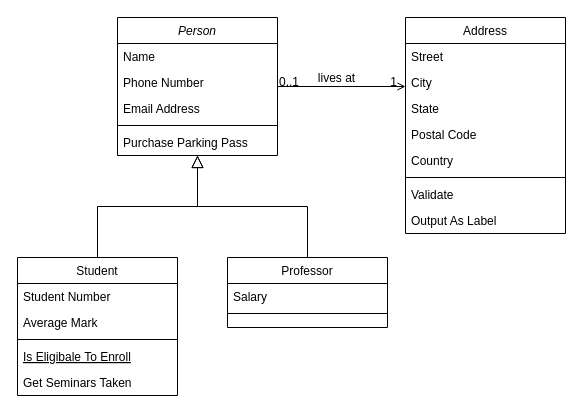
The draw.io diagram Untitled Diagram.drawio in adambdj/uml, before the edit. Source tidied: cells renumbered, new cells numbered last; positions are measured from the earlier drawing's top-left corner, leaving out a move shared by most shapes. Both pictures are drawn from the tidied source at 100%, with x=0, y=0 at pixel (17, 17).
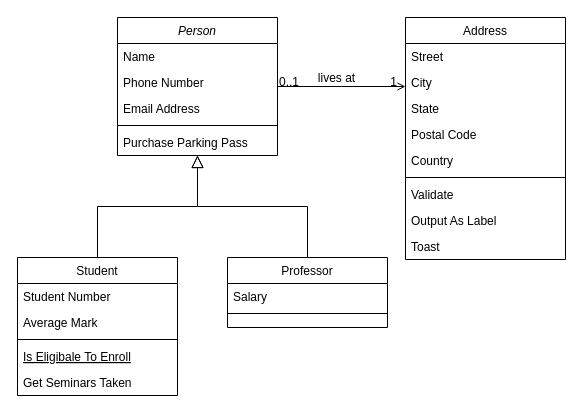
After the change.

What changed in the source:
```diff
@@
     <mxCell id="19" value="Address" style="swimlane;fontStyle=0;align=center;verticalAlign=top;horizontal=1;startSize=26;rounded=0;shadow=0;strokeWidth=1;" parent="1" vertex="1">
-      <mxGeometry x="388" width="160" height="216" as="geometry" />
+      <mxGeometry x="388" width="160" height="242" as="geometry" />
     </mxCell>
@@
+    <mxCell id="32" value="Toast" style="text;align=left;verticalAlign=top;spacingLeft=4;spacingRight=4;overflow=hidden;" parent="19" vertex="1">
+      <mxGeometry y="216" width="160" height="26" as="geometry" />
+    </mxCell>
```
